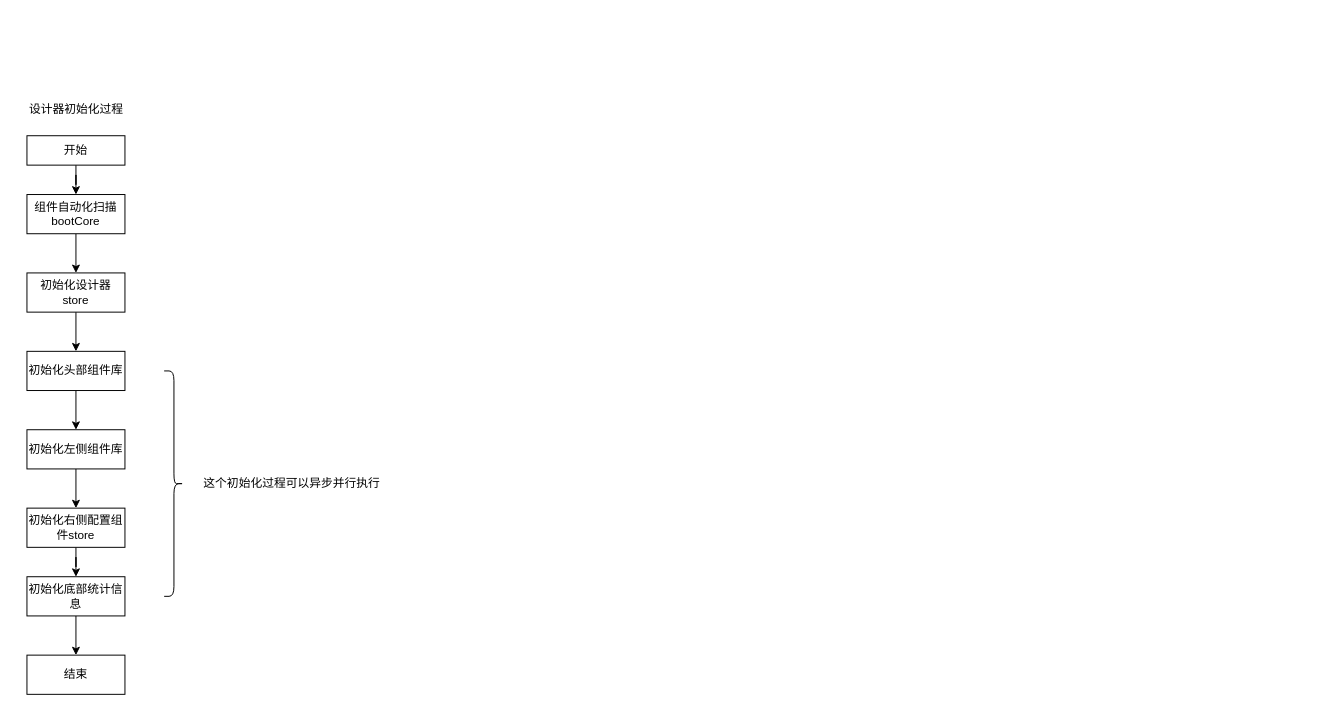
xiaopujun/light-chaser keeps this draw.io diagram as doc/plan/项目保存加载方案阿设计.drawio. Above is the earlier version. Source tidied: cells renumbered, new cells numbered last; positions are measured from the earlier drawing's top-left corner, leaving out a move shared by most shapes. Both pictures are drawn from the tidied source at 98%, with x=0, y=0 at pixel (17, 94).
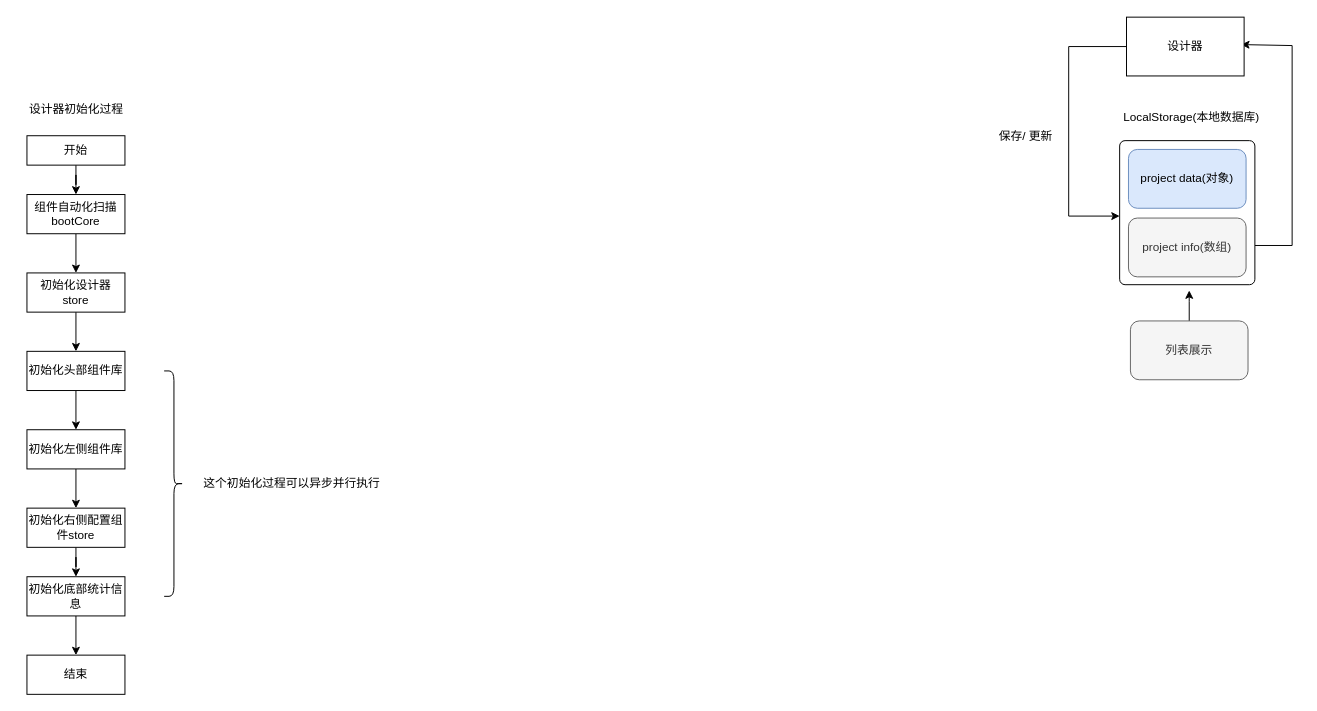
After the change.

What changed in the source:
```diff
@@
+    <mxCell id="20" style="edgeStyle=orthogonalEdgeStyle;rounded=0;jettySize=auto;html=1;" parent="1" edge="1" source="21">
+      <mxGeometry relative="1" as="geometry">
+        <mxPoint x="1249" y="-51" as="targetPoint" />
+        <Array as="points">
+          <mxPoint x="1301" y="154" />
+          <mxPoint x="1301" y="-50" />
+        </Array>
+      </mxGeometry>
+    </mxCell>
+    <mxCell id="21" style="rounded=1;whiteSpace=wrap;html=1;arcSize=4;" parent="1" vertex="1">
+      <mxGeometry x="1125" y="47" width="138" height="147" as="geometry" />
+    </mxCell>
+    <mxCell id="22" value="LocalStorage(本地数据库)" style="text;html=1;align=center;verticalAlign=middle;strokeColor=none;fillColor=none;" parent="1" vertex="1">
+      <mxGeometry x="1119" y="10" width="157" height="26" as="geometry" />
+    </mxCell>
+    <mxCell id="23" value="project data(对象)" style="rounded=1;whiteSpace=wrap;html=1;fillColor=#dae8fc;strokeColor=#6c8ebf;" parent="1" vertex="1">
+      <mxGeometry x="1134" y="56" width="120" height="60" as="geometry" />
+    </mxCell>
+    <mxCell id="24" value="project info(数组)" style="rounded=1;whiteSpace=wrap;html=1;fillColor=#f5f5f5;fontColor=#333333;strokeColor=#666666;" parent="1" vertex="1">
+      <mxGeometry x="1134" y="126" width="120" height="60" as="geometry" />
+    </mxCell>
+    <mxCell id="25" style="edgeStyle=orthogonalEdgeStyle;rounded=0;jettySize=auto;html=1;" parent="1" edge="1" source="26" target="21">
+      <mxGeometry relative="1" as="geometry">
+        <Array as="points">
+          <mxPoint x="1073" y="124" />
+        </Array>
+      </mxGeometry>
+    </mxCell>
+    <mxCell id="26" value="设计器" style="whiteSpace=wrap;html=1;" parent="1" vertex="1">
+      <mxGeometry x="1132" y="-79" width="120" height="60" as="geometry" />
+    </mxCell>
+    <mxCell id="27" value="保存/ 更新" style="text;html=1;align=center;verticalAlign=middle;strokeColor=none;fillColor=none;" parent="1" vertex="1">
+      <mxGeometry x="992" y="30" width="73" height="26" as="geometry" />
+    </mxCell>
+    <mxCell id="28" style="edgeStyle=orthogonalEdgeStyle;rounded=0;jettySize=auto;html=1;" parent="1" edge="1" source="29">
+      <mxGeometry relative="1" as="geometry">
+        <mxPoint x="1196" y="199.9" as="targetPoint" />
+      </mxGeometry>
+    </mxCell>
+    <mxCell id="29" value="列表展示" style="rounded=1;whiteSpace=wrap;html=1;fillColor=#f5f5f5;fontColor=#333333;strokeColor=#666666;" parent="1" vertex="1">
+      <mxGeometry x="1136" y="231" width="120" height="60" as="geometry" />
+    </mxCell>
```
